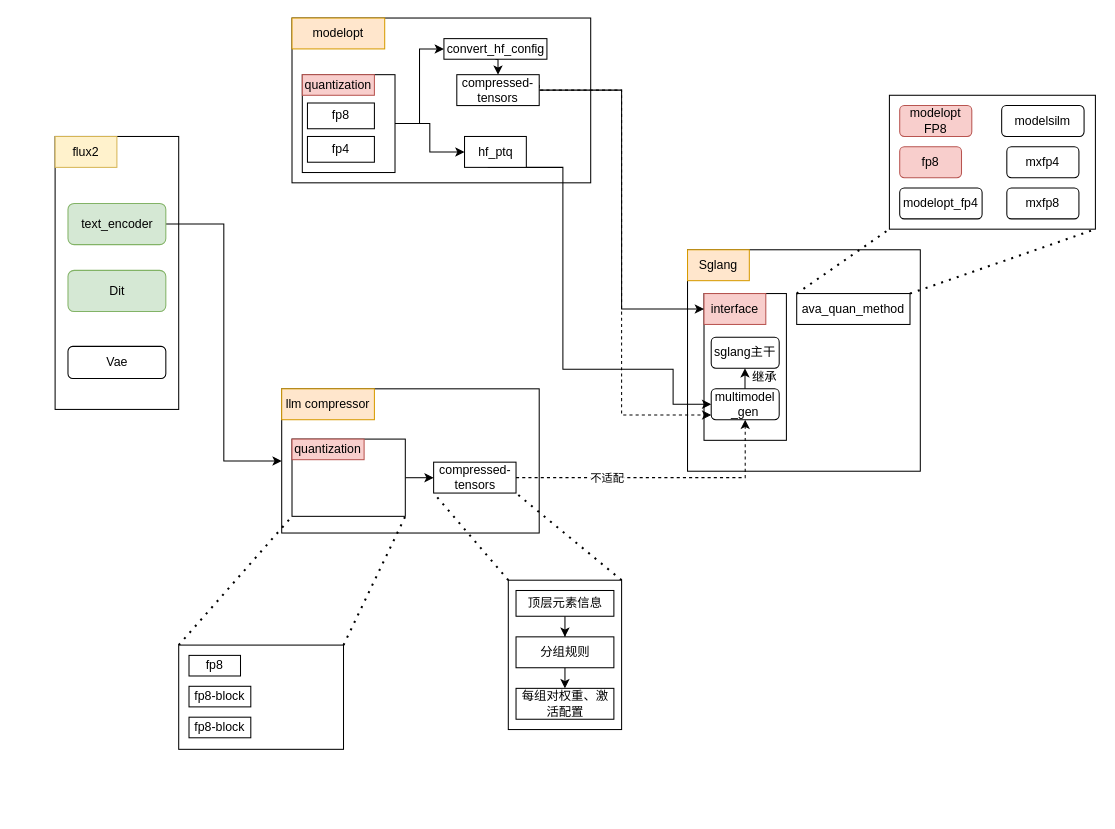
Before: resouces/llm_comperssor.drawio in mth-del/Ai_Infra, a draw.io diagram. Source tidied: cells renumbered, new cells numbered last; positions are measured from the earlier drawing's top-left corner, leaving out a move shared by most shapes. Both pictures are drawn from the tidied source at 103%, with x=0, y=0 at pixel (55, 18).
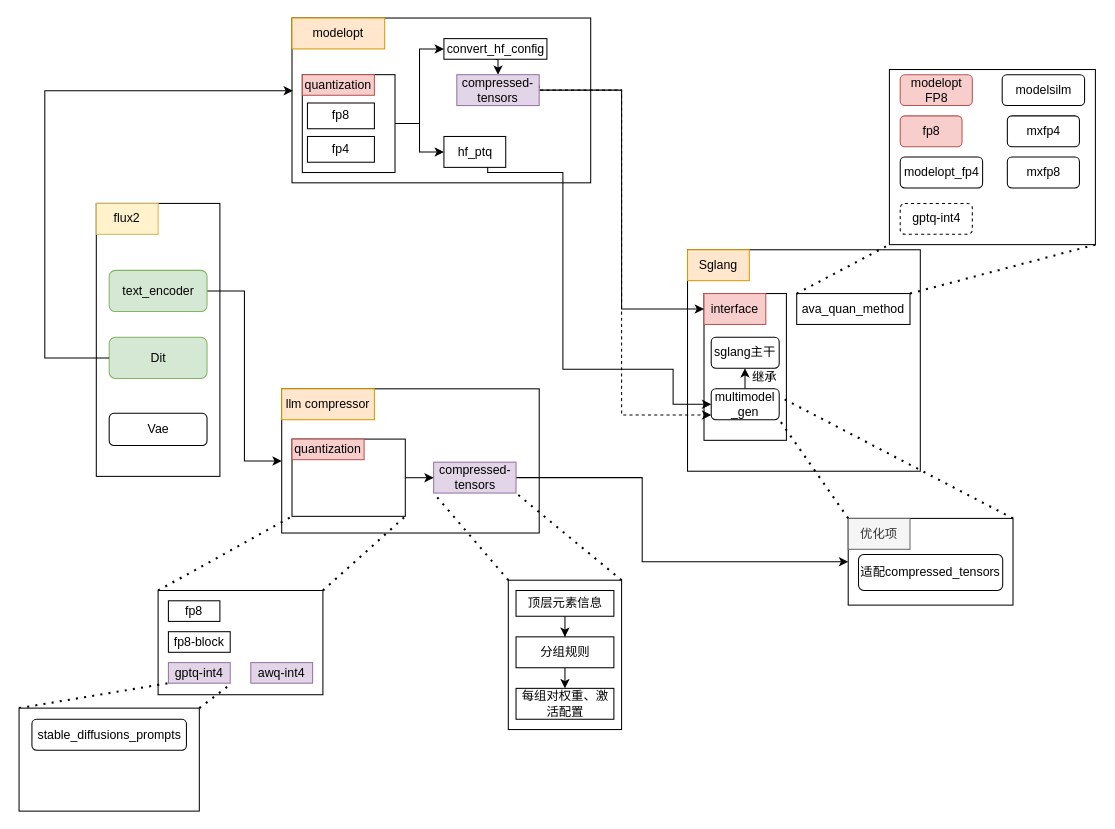
The same diagram, later.

Unchanged cells that the change refers to:
```xml
<mxCell id="11" style="rounded=0;whiteSpace=wrap;html=1;" parent="1" vertex="1">
  <mxGeometry x="230" y="408.8" width="110" height="75" as="geometry" />
</mxCell>
<mxCell id="29" style="rounded=0;whiteSpace=wrap;html=1;" parent="1" vertex="1">
  <mxGeometry x="230" width="290" height="160" as="geometry" />
</mxCell>
<mxCell id="61" value="multimodel&lt;div&gt;_gen&lt;/div&gt;" style="rounded=1;whiteSpace=wrap;html=1;" parent="1" vertex="1">
  <mxGeometry x="637" y="360" width="66" height="30" as="geometry" />
</mxCell>
```

Change to the diagram source:
```diff
@@
-    <mxCell id="6" style="edgeStyle=orthogonalEdgeStyle;rounded=0;jettySize=auto;html=1;exitX=1;exitY=0.5;exitDx=0;exitDy=0;entryX=0.5;entryY=1;entryDx=0;entryDy=0;dashed=1;" parent="1" edge="1" source="8" target="61">
-      <mxGeometry relative="1" as="geometry" />
+    <mxCell id="6" style="edgeStyle=orthogonalEdgeStyle;rounded=0;jettySize=auto;html=1;exitX=1;exitY=0.5;exitDx=0;exitDy=0;entryX=0;entryY=0.5;entryDx=0;entryDy=0;" parent="1" edge="1" source="8" target="66">
+      <mxGeometry relative="1" as="geometry">
+        <Array as="points">
+          <mxPoint x="570" y="446" />
+          <mxPoint x="570" y="528" />
+        </Array>
+      </mxGeometry>
     </mxCell>
-    <mxCell id="7" value="不适配" style="edgeLabel;html=1;align=center;verticalAlign=middle;" parent="6" vertex="1">
-      <mxGeometry x="-0.37" relative="1" as="geometry" />
-    </mxCell>
-    <mxCell id="8" value="&lt;span style=&quot;font-size: 12px;&quot;&gt;compressed-tensors&lt;/span&gt;" style="rounded=0;whiteSpace=wrap;html=1;" parent="1" vertex="1">
+    <mxCell id="8" value="&lt;span style=&quot;font-size: 12px;&quot;&gt;compressed-tensors&lt;/span&gt;" style="rounded=0;whiteSpace=wrap;html=1;fillColor=#e1d5e7;strokeColor=#9673a6;" parent="1" vertex="1">
       <mxGeometry x="367.5" y="431.2" width="80" height="30" as="geometry" />
     </mxCell>
@@
-    <mxCell id="14" style="endArrow=none;dashed=1;html=1;dashPattern=1 3;strokeWidth=2;rounded=0;entryX=1;entryY=1;entryDx=0;entryDy=0;" parent="1" edge="1" target="11">
-      <mxGeometry relative="1" as="geometry">
-        <mxPoint x="280" y="608.8" as="sourcePoint" />
-      </mxGeometry>
+    <mxCell id="14" style="endArrow=none;dashed=1;html=1;dashPattern=1 3;strokeWidth=2;rounded=0;entryX=1;entryY=1;entryDx=0;entryDy=0;exitX=1;exitY=0;exitDx=0;exitDy=0;" parent="1" edge="1" source="15" target="11">
+      <mxGeometry relative="1" as="geometry" />
     </mxCell>
     <mxCell id="15" style="rounded=0;whiteSpace=wrap;html=1;" parent="1" vertex="1">
-      <mxGeometry x="120" y="608.8" width="160" height="101.2" as="geometry" />
+      <mxGeometry x="100" y="555.8" width="160" height="101.2" as="geometry" />
     </mxCell>
     <mxCell id="16" value="fp8" style="rounded=0;whiteSpace=wrap;html=1;" parent="1" vertex="1">
-      <mxGeometry x="130" y="618.8" width="50" height="20" as="geometry" />
+      <mxGeometry x="110" y="565.8" width="50" height="20" as="geometry" />
     </mxCell>
     <mxCell id="17" value="fp8-block" style="rounded=0;whiteSpace=wrap;html=1;" parent="1" vertex="1">
-      <mxGeometry x="130" y="648.8" width="60" height="20" as="geometry" />
+      <mxGeometry x="110" y="595.8" width="60" height="20" as="geometry" />
     </mxCell>
-    <mxCell id="18" value="fp8-block" style="rounded=0;whiteSpace=wrap;html=1;" parent="1" vertex="1">
-      <mxGeometry x="130" y="678.8" width="60" height="20" as="geometry" />
+    <mxCell id="18" value="gptq-int4" style="rounded=0;whiteSpace=wrap;html=1;fillColor=#e1d5e7;strokeColor=#9673a6;" parent="1" vertex="1">
+      <mxGeometry x="110" y="625.8" width="60" height="20" as="geometry" />
     </mxCell>
@@
     <mxCell id="22" style="rounded=0;whiteSpace=wrap;html=1;" parent="1" vertex="1">
-      <mxGeometry x="810" y="75" width="200" height="130" as="geometry" />
+      <mxGeometry x="810" y="50" width="200" height="170" as="geometry" />
     </mxCell>
     <mxCell id="23" value="modelopt FP8" style="rounded=1;whiteSpace=wrap;html=1;fillColor=#f8cecc;strokeColor=#b85450;" parent="1" vertex="1">
-      <mxGeometry x="820" y="85" width="70" height="30" as="geometry" />
+      <mxGeometry x="820.5" y="55" width="70" height="30" as="geometry" />
     </mxCell>
     <mxCell id="24" value="modelopt_fp4" style="rounded=1;whiteSpace=wrap;html=1;" parent="1" vertex="1">
-      <mxGeometry x="820" y="165" width="80" height="30" as="geometry" />
+      <mxGeometry x="820.5" y="135" width="80" height="30" as="geometry" />
     </mxCell>
     <mxCell id="25" value="modelsilm" style="rounded=1;whiteSpace=wrap;html=1;" parent="1" vertex="1">
-      <mxGeometry x="919" y="85" width="80" height="30" as="geometry" />
+      <mxGeometry x="919.5" y="55" width="80" height="30" as="geometry" />
     </mxCell>
@@
     <mxCell id="27" value="mxfp4" style="rounded=1;whiteSpace=wrap;html=1;" parent="1" vertex="1">
-      <mxGeometry x="924" y="125" width="70" height="30" as="geometry" />
+      <mxGeometry x="924.5" y="95" width="70" height="30" as="geometry" />
     </mxCell>
     <mxCell id="28" value="mxfp8" style="rounded=1;whiteSpace=wrap;html=1;" parent="1" vertex="1">
-      <mxGeometry x="924" y="165" width="70" height="30" as="geometry" />
+      <mxGeometry x="924.5" y="135" width="70" height="30" as="geometry" />
     </mxCell>
@@
     <mxCell id="31" style="edgeStyle=orthogonalEdgeStyle;rounded=0;jettySize=auto;html=1;exitX=1;exitY=0.5;exitDx=0;exitDy=0;entryX=0;entryY=0.5;entryDx=0;entryDy=0;" parent="1" edge="1" target="61">
       <mxGeometry relative="1" as="geometry">
         <mxPoint x="420" y="145" as="sourcePoint" />
         <Array as="points">
-          <mxPoint x="493" y="145" />
+          <mxPoint x="420" y="150" />
+          <mxPoint x="493" y="150" />
           <mxPoint x="493" y="341" />
           <mxPoint x="600" y="341" />
           <mxPoint x="600" y="375" />
         </Array>
       </mxGeometry>
     </mxCell>
     <mxCell id="32" value="&lt;span style=&quot;font-size: 12px;&quot;&gt;hf_ptq&lt;/span&gt;" style="rounded=0;whiteSpace=wrap;html=1;" parent="1" vertex="1">
-      <mxGeometry x="397.5" y="115" width="60" height="30" as="geometry" />
+      <mxGeometry x="377.5" y="115" width="60" height="30" as="geometry" />
     </mxCell>
@@
     <mxCell id="40" value="fp8" style="rounded=1;whiteSpace=wrap;html=1;fillColor=#f8cecc;strokeColor=#b85450;" parent="1" vertex="1">
-      <mxGeometry x="820" y="125" width="60" height="30" as="geometry" />
+      <mxGeometry x="820.5" y="95" width="60" height="30" as="geometry" />
     </mxCell>
@@
-    <mxCell id="53" value="&lt;span style=&quot;font-size: 12px;&quot;&gt;compressed-tensors&lt;/span&gt;" style="rounded=0;whiteSpace=wrap;html=1;" parent="1" vertex="1">
+    <mxCell id="53" value="&lt;span style=&quot;font-size: 12px;&quot;&gt;compressed-tensors&lt;/span&gt;" style="rounded=0;whiteSpace=wrap;html=1;fillColor=#e1d5e7;strokeColor=#9673a6;" parent="1" vertex="1">
       <mxGeometry x="390" y="55" width="80" height="30" as="geometry" />
     </mxCell>
     <mxCell id="54" style="rounded=0;whiteSpace=wrap;html=1;" parent="1" vertex="1">
-      <mxGeometry y="115" width="120" height="265" as="geometry" />
+      <mxGeometry x="40" y="180" width="120" height="265" as="geometry" />
     </mxCell>
     <mxCell id="55" value="flux2" style="text;html=1;whiteSpace=wrap;strokeColor=#d6b656;fillColor=#fff2cc;align=center;verticalAlign=middle;rounded=0;" parent="1" vertex="1">
-      <mxGeometry y="115" width="60" height="30" as="geometry" />
+      <mxGeometry x="40" y="180" width="60" height="30" as="geometry" />
     </mxCell>
@@
     <mxCell id="57" value="text_encoder" style="rounded=1;whiteSpace=wrap;html=1;fillColor=#d5e8d4;strokeColor=#82b366;" parent="1" vertex="1">
-      <mxGeometry x="12.5" y="180" width="95" height="40" as="geometry" />
+      <mxGeometry x="52.5" y="245" width="95" height="40" as="geometry" />
     </mxCell>
     <mxCell id="58" value="Dit" style="rounded=1;whiteSpace=wrap;html=1;fillColor=#d5e8d4;strokeColor=#82b366;" parent="1" vertex="1">
-      <mxGeometry x="12.5" y="245" width="95" height="40" as="geometry" />
+      <mxGeometry x="52.5" y="310" width="95" height="40" as="geometry" />
     </mxCell>
     <mxCell id="59" value="Vae" style="rounded=1;whiteSpace=wrap;html=1;" parent="1" vertex="1">
-      <mxGeometry x="12.5" y="318.8" width="95" height="31.2" as="geometry" />
+      <mxGeometry x="52.5" y="383.8" width="95" height="31.2" as="geometry" />
     </mxCell>
@@
+    <mxCell id="64" style="endArrow=none;dashed=1;html=1;dashPattern=1 3;strokeWidth=2;rounded=0;entryX=1;entryY=0.25;entryDx=0;entryDy=0;exitX=1;exitY=0;exitDx=0;exitDy=0;" parent="1" edge="1" source="66" target="61">
+      <mxGeometry relative="1" as="geometry" />
+    </mxCell>
+    <mxCell id="65" style="endArrow=none;dashed=1;html=1;dashPattern=1 3;strokeWidth=2;rounded=0;entryX=1;entryY=1;entryDx=0;entryDy=0;exitX=0;exitY=0;exitDx=0;exitDy=0;" parent="1" edge="1" source="66" target="61">
+      <mxGeometry relative="1" as="geometry" />
+    </mxCell>
+    <mxCell id="66" style="rounded=0;whiteSpace=wrap;html=1;" parent="1" vertex="1">
+      <mxGeometry x="770" y="485.8" width="160" height="84.2" as="geometry" />
+    </mxCell>
+    <mxCell id="67" value="适配compressed_tensors" style="rounded=1;whiteSpace=wrap;html=1;" parent="1" vertex="1">
+      <mxGeometry x="780" y="520.8" width="140" height="35" as="geometry" />
+    </mxCell>
+    <mxCell id="68" value="优化项" style="text;html=1;whiteSpace=wrap;strokeColor=#666666;fillColor=#f5f5f5;align=center;verticalAlign=middle;rounded=0;fontColor=#333333;" parent="1" vertex="1">
+      <mxGeometry x="770" y="485.8" width="60" height="30" as="geometry" />
+    </mxCell>
+    <mxCell id="69" value="gptq-int4" style="rounded=1;whiteSpace=wrap;html=1;dashed=1;" parent="1" vertex="1">
+      <mxGeometry x="820.5" y="180" width="70" height="30" as="geometry" />
+    </mxCell>
+    <mxCell id="70" style="endArrow=none;dashed=1;html=1;dashPattern=1 3;strokeWidth=2;rounded=0;entryX=0;entryY=1;entryDx=0;entryDy=0;exitX=0;exitY=0;exitDx=0;exitDy=0;" parent="1" edge="1" source="73" target="18">
+      <mxGeometry relative="1" as="geometry" />
+    </mxCell>
+    <mxCell id="71" style="endArrow=none;dashed=1;html=1;dashPattern=1 3;strokeWidth=2;rounded=0;entryX=0.438;entryY=0.901;entryDx=0;entryDy=0;entryPerimeter=0;exitX=1;exitY=0;exitDx=0;exitDy=0;" parent="1" edge="1" source="73" target="15">
+      <mxGeometry relative="1" as="geometry" />
+    </mxCell>
+    <mxCell id="72" value="awq-int4" style="rounded=0;whiteSpace=wrap;html=1;fillColor=#e1d5e7;strokeColor=#9673a6;" parent="1" vertex="1">
+      <mxGeometry x="190" y="625.8" width="60" height="20" as="geometry" />
+    </mxCell>
+    <mxCell id="73" style="rounded=0;whiteSpace=wrap;html=1;" parent="1" vertex="1">
+      <mxGeometry x="-35" y="670" width="175" height="100" as="geometry" />
+    </mxCell>
+    <mxCell id="74" value="stable_diffusions_prompts" style="rounded=1;whiteSpace=wrap;html=1;" parent="1" vertex="1">
+      <mxGeometry x="-22.5" y="680.8" width="150" height="30" as="geometry" />
+    </mxCell>
+    <mxCell id="75" style="edgeStyle=orthogonalEdgeStyle;rounded=0;jettySize=auto;html=1;exitX=0;exitY=0.5;exitDx=0;exitDy=0;entryX=0.003;entryY=0.441;entryDx=0;entryDy=0;entryPerimeter=0;" parent="1" edge="1" source="58" target="29">
+      <mxGeometry relative="1" as="geometry">
+        <Array as="points">
+          <mxPoint x="-10" y="330" />
+          <mxPoint x="-10" y="71" />
+        </Array>
+      </mxGeometry>
+    </mxCell>
```
